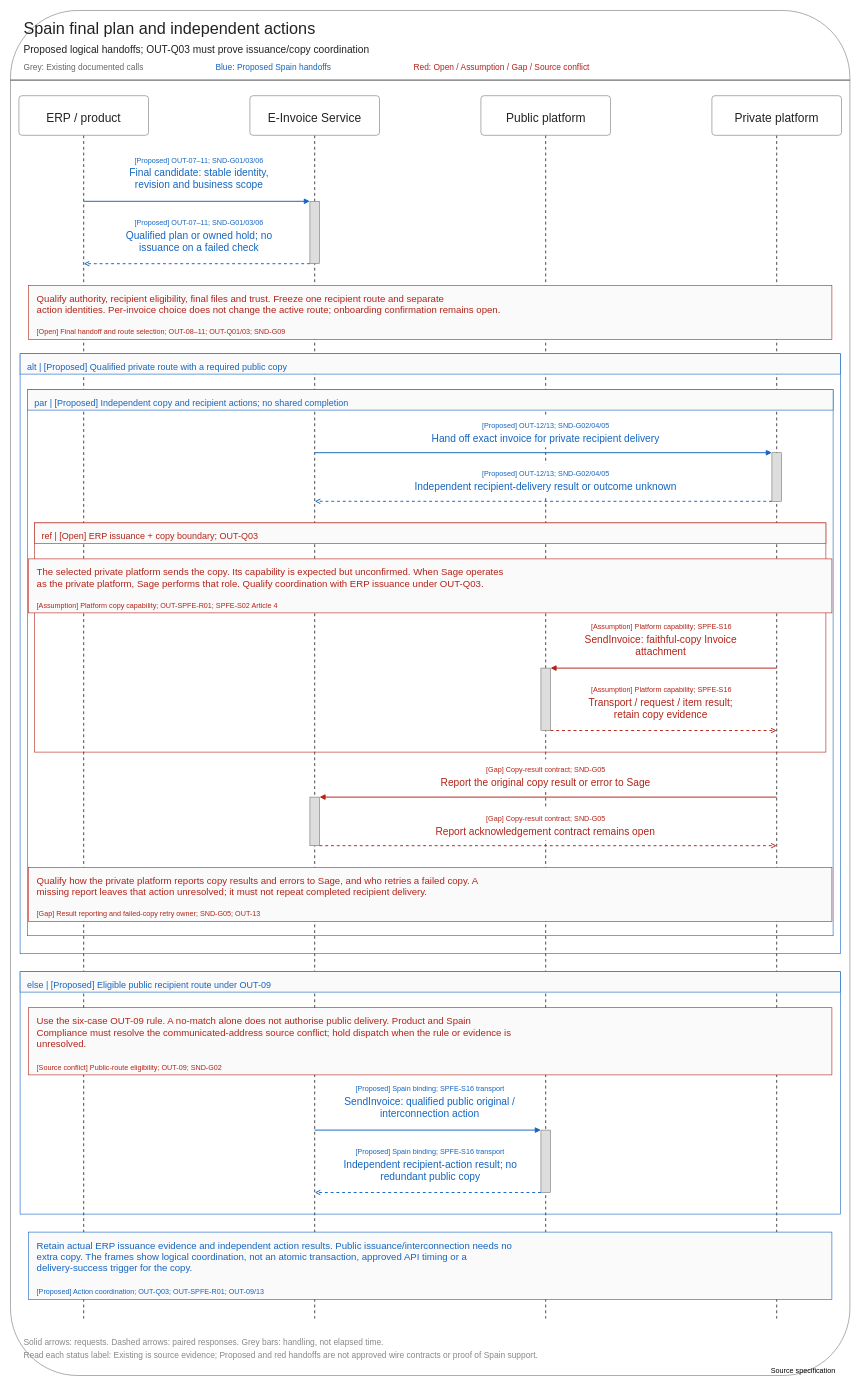
jiaxinhe0709/pm_second_brain keeps this draw.io diagram as assets/diagrams/invoice-sending-spain-actions-sequence.drawio. Above is the earlier version. Source tidied: cells renumbered, new cells numbered last; positions are measured from the earlier drawing's top-left corner, leaving out a move shared by most shapes. Both pictures are drawn from the tidied source at 60%, with x=0, y=0 at pixel (10, 10).
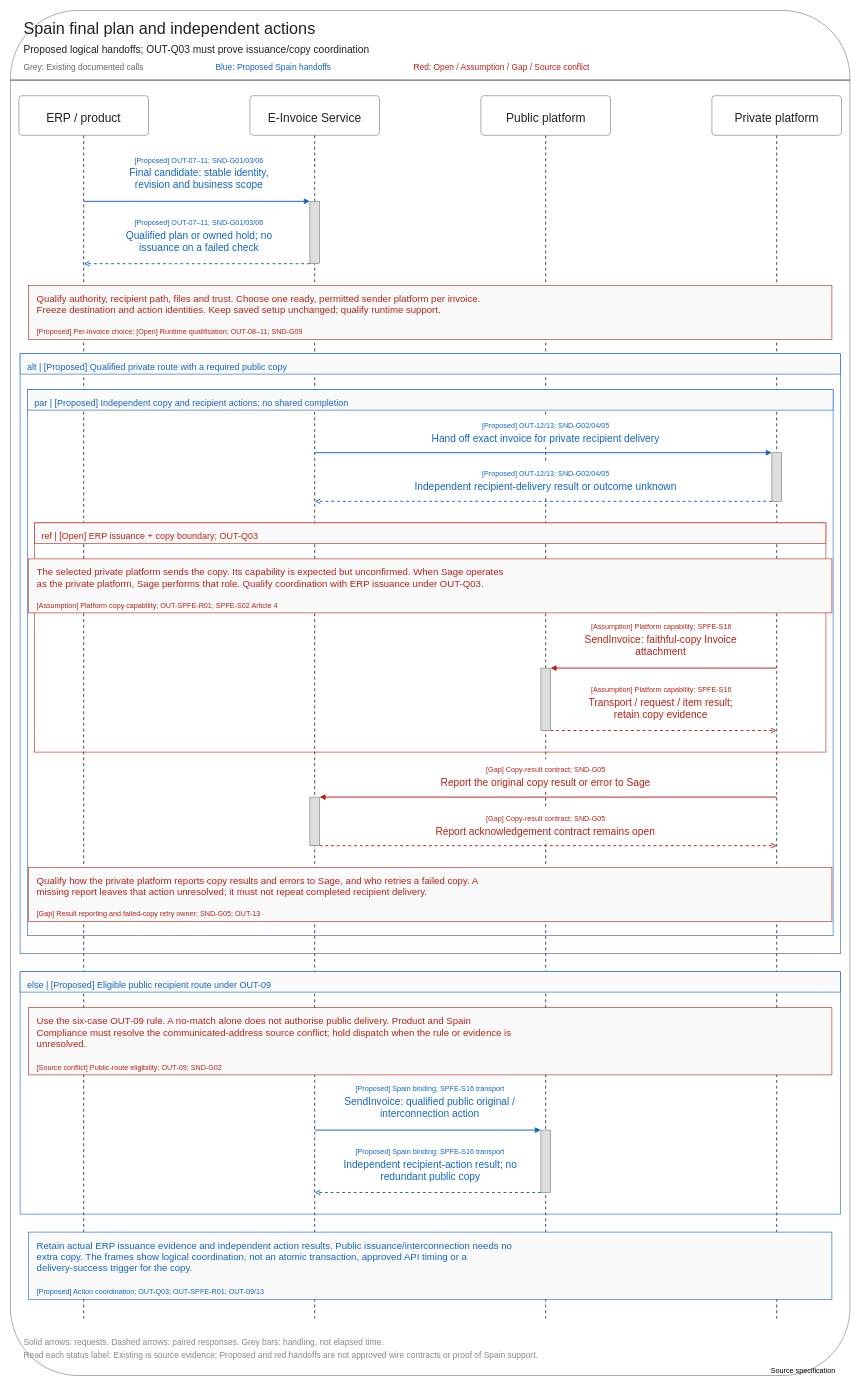
Above is the later version.

The edit, as a diff of the source:
```diff
@@
-    <mxCell id="39" value="Qualify authority, recipient eligibility, final files and trust. Freeze one recipient route and separate&#10;action identities. Per-invoice choice does not change the active route; onboarding confirmation remains open." style="text;html=0;whiteSpace=wrap;spacing=0;verticalAlign=top;align=left;fontSize=16;fontColor=#B42318;" parent="1" vertex="1">
-      <mxGeometry x="44" y="466" width="1110.7" height="49" as="geometry" />
+    <mxCell id="39" value="Qualify authority, recipient path, files and trust. Choose one ready, permitted sender platform per invoice.&#10;Freeze destination and action identities. Keep saved setup unchanged; qualify runtime support." style="text;html=0;whiteSpace=wrap;spacing=0;verticalAlign=top;align=left;fontSize=16;fontColor=#B42318;" parent="1" vertex="1">
+      <mxGeometry x="44" y="466" width="1100.6" height="49" as="geometry" />
     </mxCell>
-    <mxCell id="40" value="[Open] Final handoff and route selection; OUT-08–11; OUT-Q01/03; SND-G09" style="text;html=0;whiteSpace=wrap;spacing=0;verticalAlign=top;align=left;fontSize=12;fontColor=#B42318;" parent="1" vertex="1">
-      <mxGeometry x="44" y="524" width="556.3" height="26" as="geometry" />
+    <mxCell id="40" value="[Proposed] Per-invoice choice; [Open] Runtime qualification; OUT-08–11; SND-G09" style="text;html=0;whiteSpace=wrap;spacing=0;verticalAlign=top;align=left;fontSize=12;fontColor=#B42318;" parent="1" vertex="1">
+      <mxGeometry x="44" y="524" width="609.2" height="26" as="geometry" />
     </mxCell>
```
